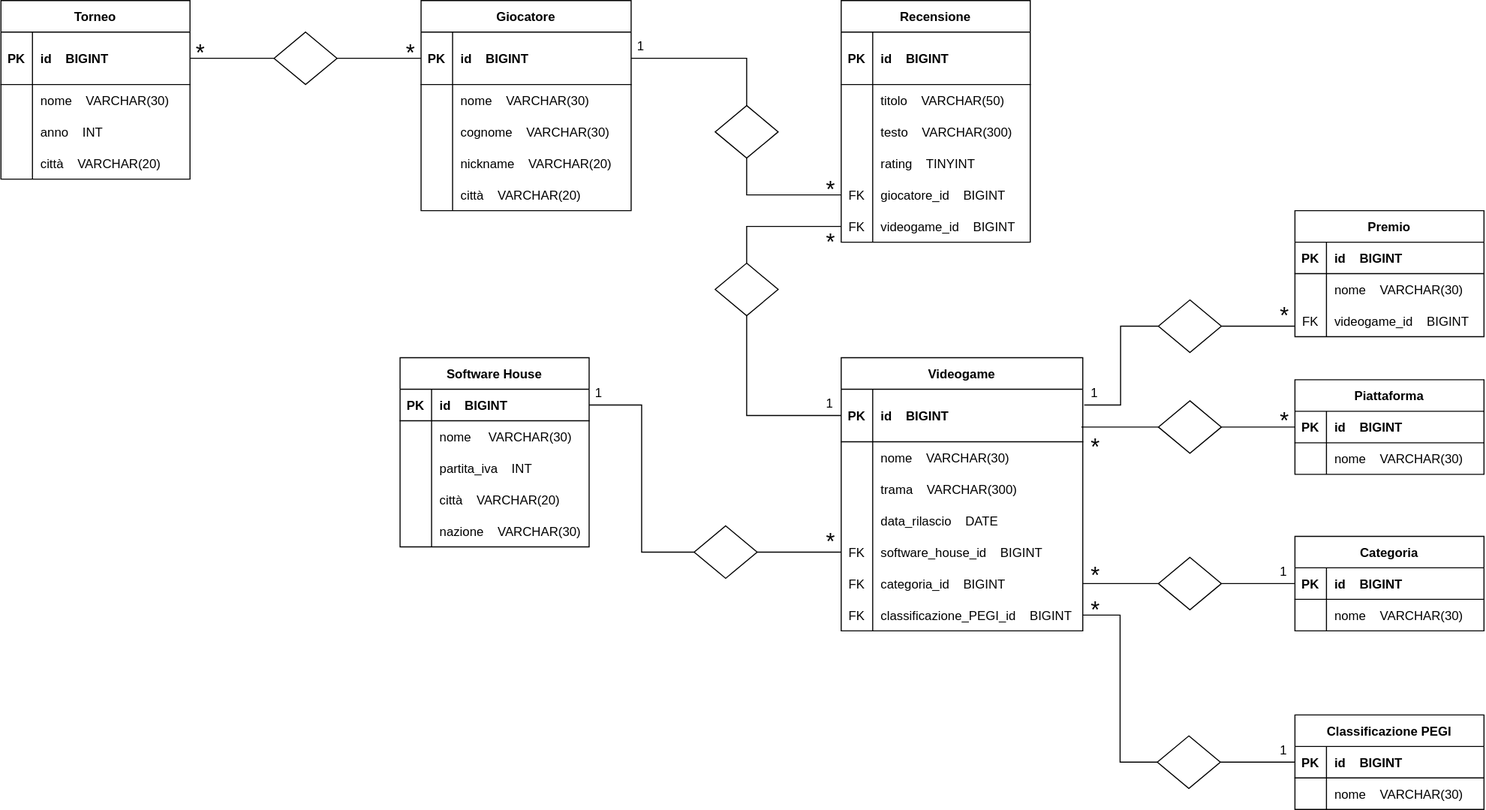
cibs84/db-videogames keeps this draw.io diagram as diagramma-db-videogames.svg. Above is the earlier version. Source tidied: cells renumbered, new cells last; positions are measured from the earlier drawing's top-left corner, leaving out a move shared by most shapes.
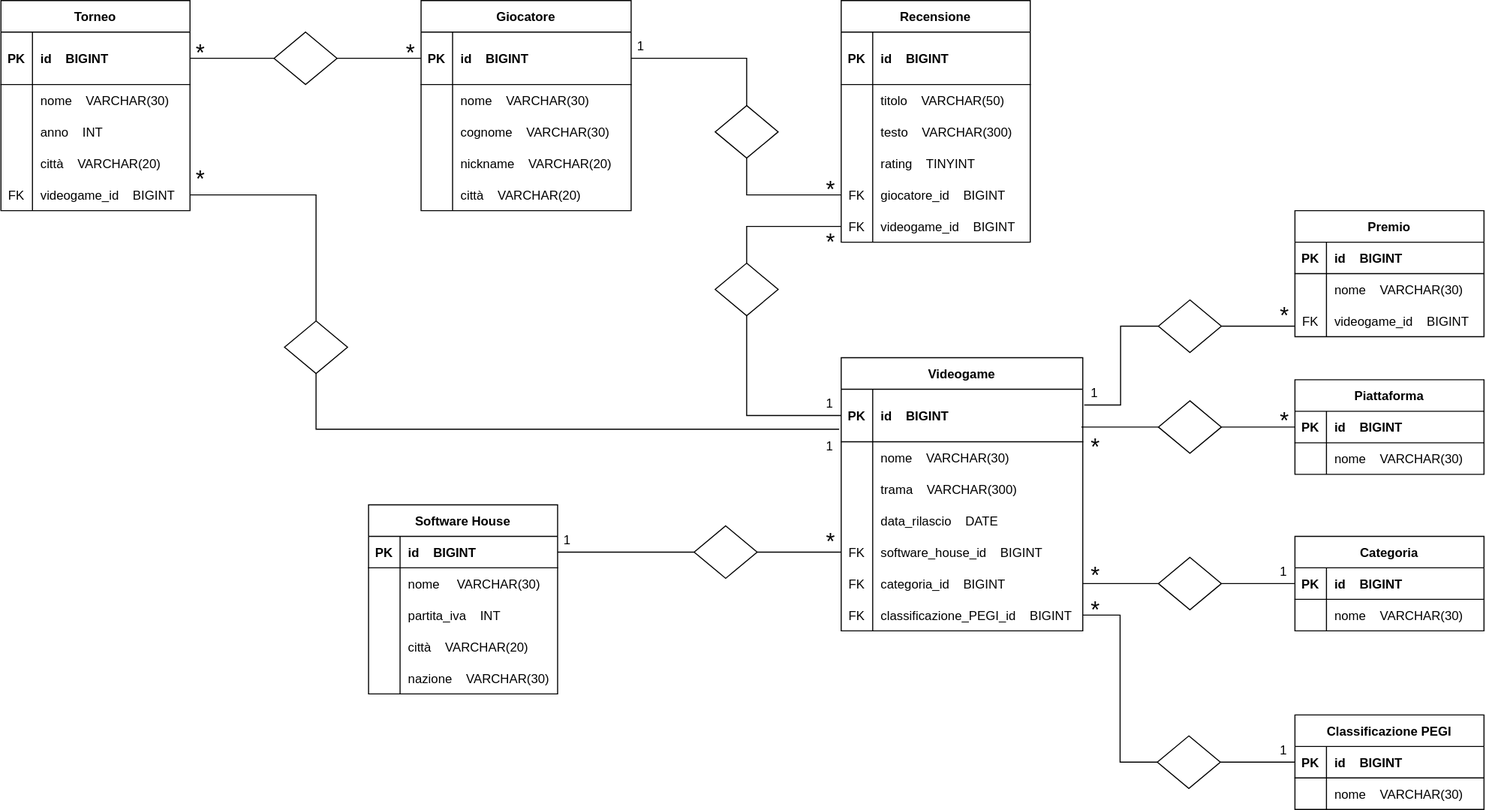
After the commit.

Commit message:
Relazione Torneo - Videogame

Diff of the diagram source:
```diff
@@ -69,7 +69,7 @@
       <mxGeometry x="30" width="200" height="30" as="geometry" />
     </mxCell>
     <mxCell id="24" value="1" style="text;strokeColor=none;fillColor=none;spacingLeft=4;spacingRight=4;overflow=hidden;fontSize=12;" parent="1" vertex="1">
-      <mxGeometry x="560" y="360" width="20" height="20" as="geometry" />
+      <mxGeometry x="530" y="500" width="20" height="20" as="geometry" />
     </mxCell>
     <mxCell id="25" style="edgeStyle=orthogonalEdgeStyle;rounded=0;jettySize=auto;html=1;exitX=0;exitY=0.5;exitDx=0;exitDy=0;entryX=1;entryY=0.5;entryDx=0;entryDy=0;fontSize=12;endArrow=none;endFill=0;" parent="1" edge="1" source="26" target="30">
       <mxGeometry relative="1" as="geometry" />
@@ -84,7 +84,7 @@
       <mxGeometry x="780" y="495" width="20" height="25" as="geometry" />
     </mxCell>
     <mxCell id="29" value="Software House" style="shape=table;startSize=30;rowLines=0;fontStyle=1;align=center;" parent="1" vertex="1">
-      <mxGeometry x="380" y="340" width="180" height="180" as="geometry" />
+      <mxGeometry x="350" y="480" width="180" height="180" as="geometry" />
     </mxCell>
     <mxCell id="30" style="shape=tableRow;horizontal=0;startSize=0;swimlaneHead=0;swimlaneBody=0;fillColor=none;points=[[0,0.5],[1,0.5]];portConstraint=eastwest;top=0;left=0;right=0;bottom=1;" parent="29" vertex="1">
       <mxGeometry y="30" width="180" height="30" as="geometry" />
@@ -240,7 +240,7 @@
       <mxGeometry x="1032" y="560" width="20" height="25" as="geometry" />
     </mxCell>
     <mxCell id="81" value="Torneo" style="shape=table;startSize=30;rowLines=0;fontStyle=1;align=center;" parent="1" vertex="1">
-      <mxGeometry width="180" height="170" as="geometry" />
+      <mxGeometry width="180" height="200" as="geometry" />
     </mxCell>
     <mxCell id="82" style="shape=tableRow;horizontal=0;startSize=0;swimlaneHead=0;swimlaneBody=0;fillColor=none;points=[[0,0.5],[1,0.5]];portConstraint=eastwest;top=0;left=0;right=0;bottom=1;" parent="81" vertex="1">
       <mxGeometry y="30" width="180" height="50" as="geometry" />
@@ -278,6 +278,15 @@
     <mxCell id="93" value="città    VARCHAR(20)" style="shape=partialRectangle;fillColor=none;top=0;left=0;bottom=0;right=0;align=left;spacingLeft=6;overflow=hidden;" parent="91" vertex="1">
       <mxGeometry x="30" width="150" height="30" as="geometry" />
     </mxCell>
+    <mxCell id="160" style="shape=tableRow;horizontal=0;startSize=0;swimlaneHead=0;swimlaneBody=0;fillColor=none;points=[[0,0.5],[1,0.5]];portConstraint=eastwest;top=0;left=0;right=0;bottom=0;" parent="81" vertex="1">
+      <mxGeometry y="170" width="180" height="30" as="geometry" />
+    </mxCell>
+    <mxCell id="161" value="FK" style="shape=partialRectangle;fillColor=none;top=0;left=0;bottom=0;right=0;overflow=hidden;" parent="160" vertex="1">
+      <mxGeometry width="30" height="30" as="geometry" />
+    </mxCell>
+    <mxCell id="162" value="videogame_id    BIGINT" style="shape=partialRectangle;fillColor=none;top=0;left=0;bottom=0;right=0;align=left;spacingLeft=6;overflow=hidden;" parent="160" vertex="1">
+      <mxGeometry x="30" width="150" height="30" as="geometry" />
+    </mxCell>
     <mxCell id="94" value="Premio" style="shape=table;startSize=30;rowLines=0;fontStyle=1;align=center;" parent="1" vertex="1">
       <mxGeometry x="1232" y="200" width="180" height="120" as="geometry" />
     </mxCell>
@@ -481,5 +490,20 @@
     <mxCell id="159" value="*" style="text;strokeColor=none;fillColor=none;spacingLeft=4;spacingRight=4;overflow=hidden;fontSize=22;" parent="1" vertex="1">
       <mxGeometry x="780" y="210" width="20" height="25" as="geometry" />
     </mxCell>
+    <mxCell id="163" style="edgeStyle=orthogonalEdgeStyle;rounded=0;jettySize=auto;html=1;exitX=0.5;exitY=1;exitDx=0;exitDy=0;entryX=0.906;entryY=-0.147;entryDx=0;entryDy=0;entryPerimeter=0;endArrow=none;endFill=0;" parent="1" edge="1" source="165" target="167">
+      <mxGeometry relative="1" as="geometry" />
+    </mxCell>
+    <mxCell id="164" style="edgeStyle=orthogonalEdgeStyle;rounded=0;jettySize=auto;html=1;exitX=0.5;exitY=0;exitDx=0;exitDy=0;entryX=1;entryY=0.5;entryDx=0;entryDy=0;endArrow=none;endFill=0;" parent="1" edge="1" source="165" target="160">
+      <mxGeometry relative="1" as="geometry" />
+    </mxCell>
+    <mxCell id="165" style="rhombus;whiteSpace=wrap;html=1;fontSize=14;" parent="1" vertex="1">
+      <mxGeometry x="270" y="305" width="60" height="50" as="geometry" />
+    </mxCell>
+    <mxCell id="166" value="*" style="text;strokeColor=none;fillColor=none;spacingLeft=4;spacingRight=4;overflow=hidden;fontSize=22;" parent="1" vertex="1">
+      <mxGeometry x="180" y="150" width="20" height="25" as="geometry" />
+    </mxCell>
+    <mxCell id="167" value="1" style="text;strokeColor=none;fillColor=none;spacingLeft=4;spacingRight=4;overflow=hidden;points=[[0,0.5],[1,0.5]];portConstraint=eastwest;fontSize=12;" parent="1" vertex="1">
+      <mxGeometry x="780" y="411" width="20" height="20" as="geometry" />
+    </mxCell>
   </root>
 </mxGraphModel>
```
